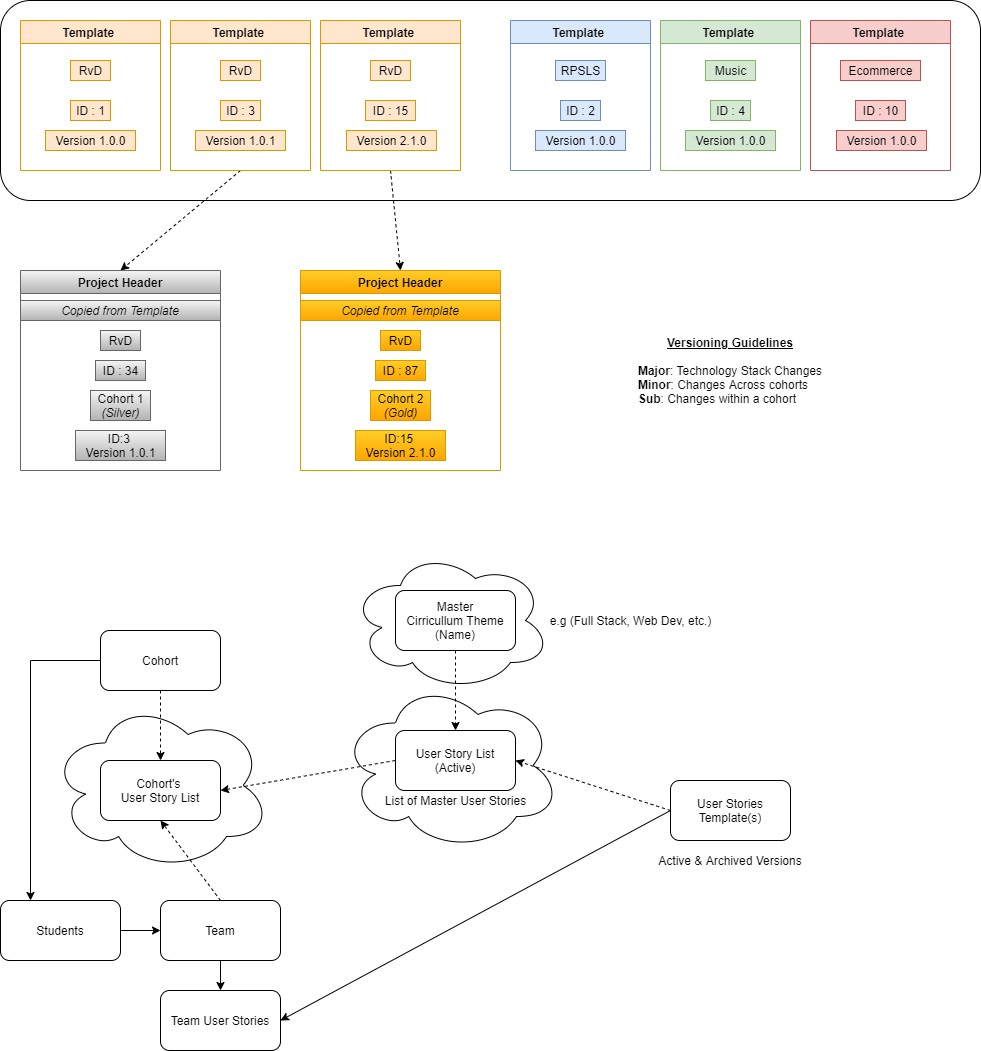
Before: Conceptual Templates.png, a diagram exported from draw.io (cashmy/usaag). Source tidied: cells renumbered, new cells last; positions are measured from the earlier drawing's top-left corner, leaving out a move shared by most shapes.
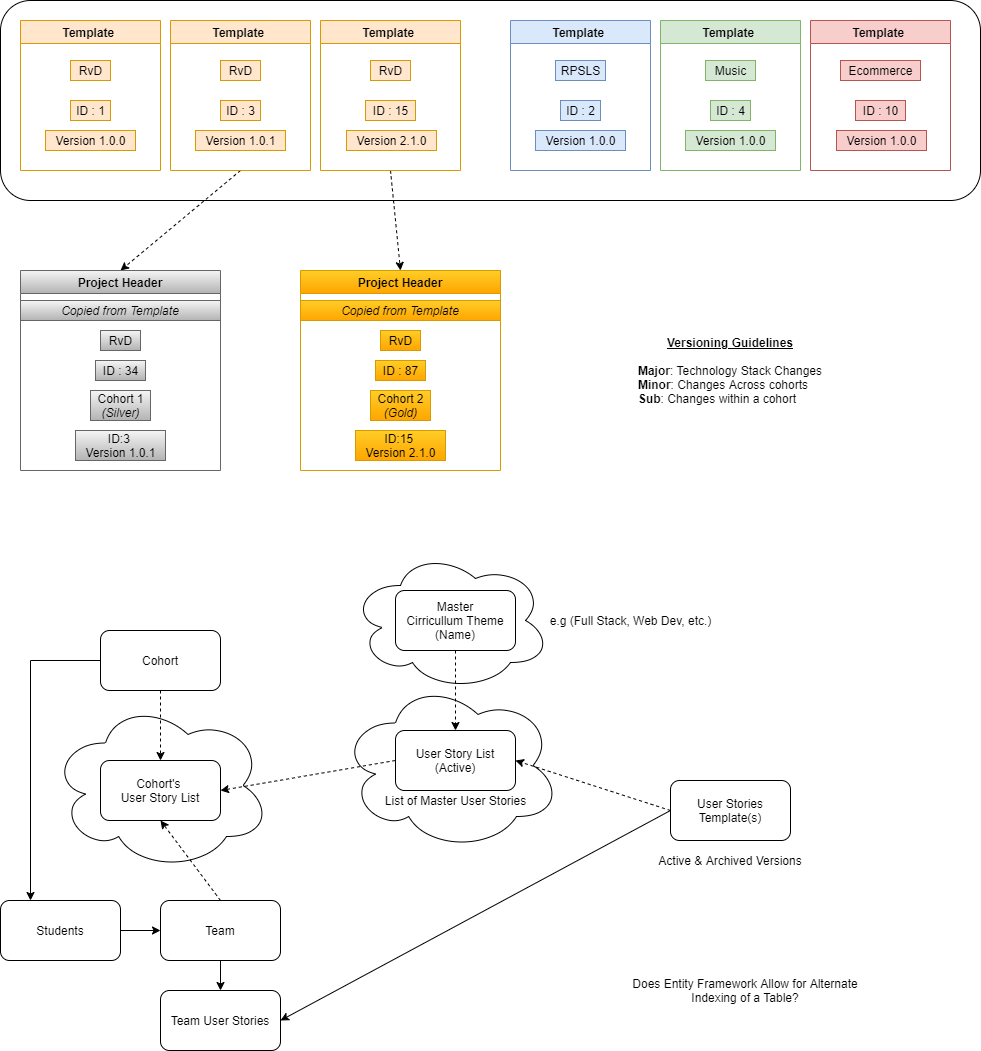
After the commit.

Commit message:
Added Theoretical Question

Diff of the diagram source:
```diff
@@ -191,5 +191,8 @@
     <mxCell id="64" value="&lt;b&gt;&lt;u&gt;Versioning Guidelines&lt;/u&gt;&lt;/b&gt;&lt;br&gt;&lt;div style=&quot;text-align: left&quot;&gt;&lt;b&gt;&lt;br&gt;Major&lt;/b&gt;&lt;span&gt;: Technology Stack Changes&lt;/span&gt;&lt;/div&gt;&lt;div style=&quot;text-align: left&quot;&gt;&lt;b&gt;Minor&lt;/b&gt;&lt;span&gt;: Changes Across cohorts&lt;/span&gt;&lt;/div&gt;&lt;div style=&quot;text-align: left&quot;&gt;&lt;b&gt;Sub&lt;/b&gt;&lt;span&gt;: Changes within a cohort&lt;/span&gt;&lt;/div&gt;" style="text;html=1;strokeColor=none;fillColor=none;align=center;verticalAlign=middle;whiteSpace=wrap;rounded=0;" parent="1" vertex="1">
       <mxGeometry x="635" y="315" width="190" height="110" as="geometry" />
     </mxCell>
+    <mxCell id="65" value="Does Entity Framework Allow for Alternate Indexing of a Table?" style="text;html=1;strokeColor=none;fillColor=none;align=center;verticalAlign=middle;whiteSpace=wrap;rounded=0;" parent="1" vertex="1">
+      <mxGeometry x="610" y="980" width="270" height="20" as="geometry" />
+    </mxCell>
   </root>
 </mxGraphModel>
```
